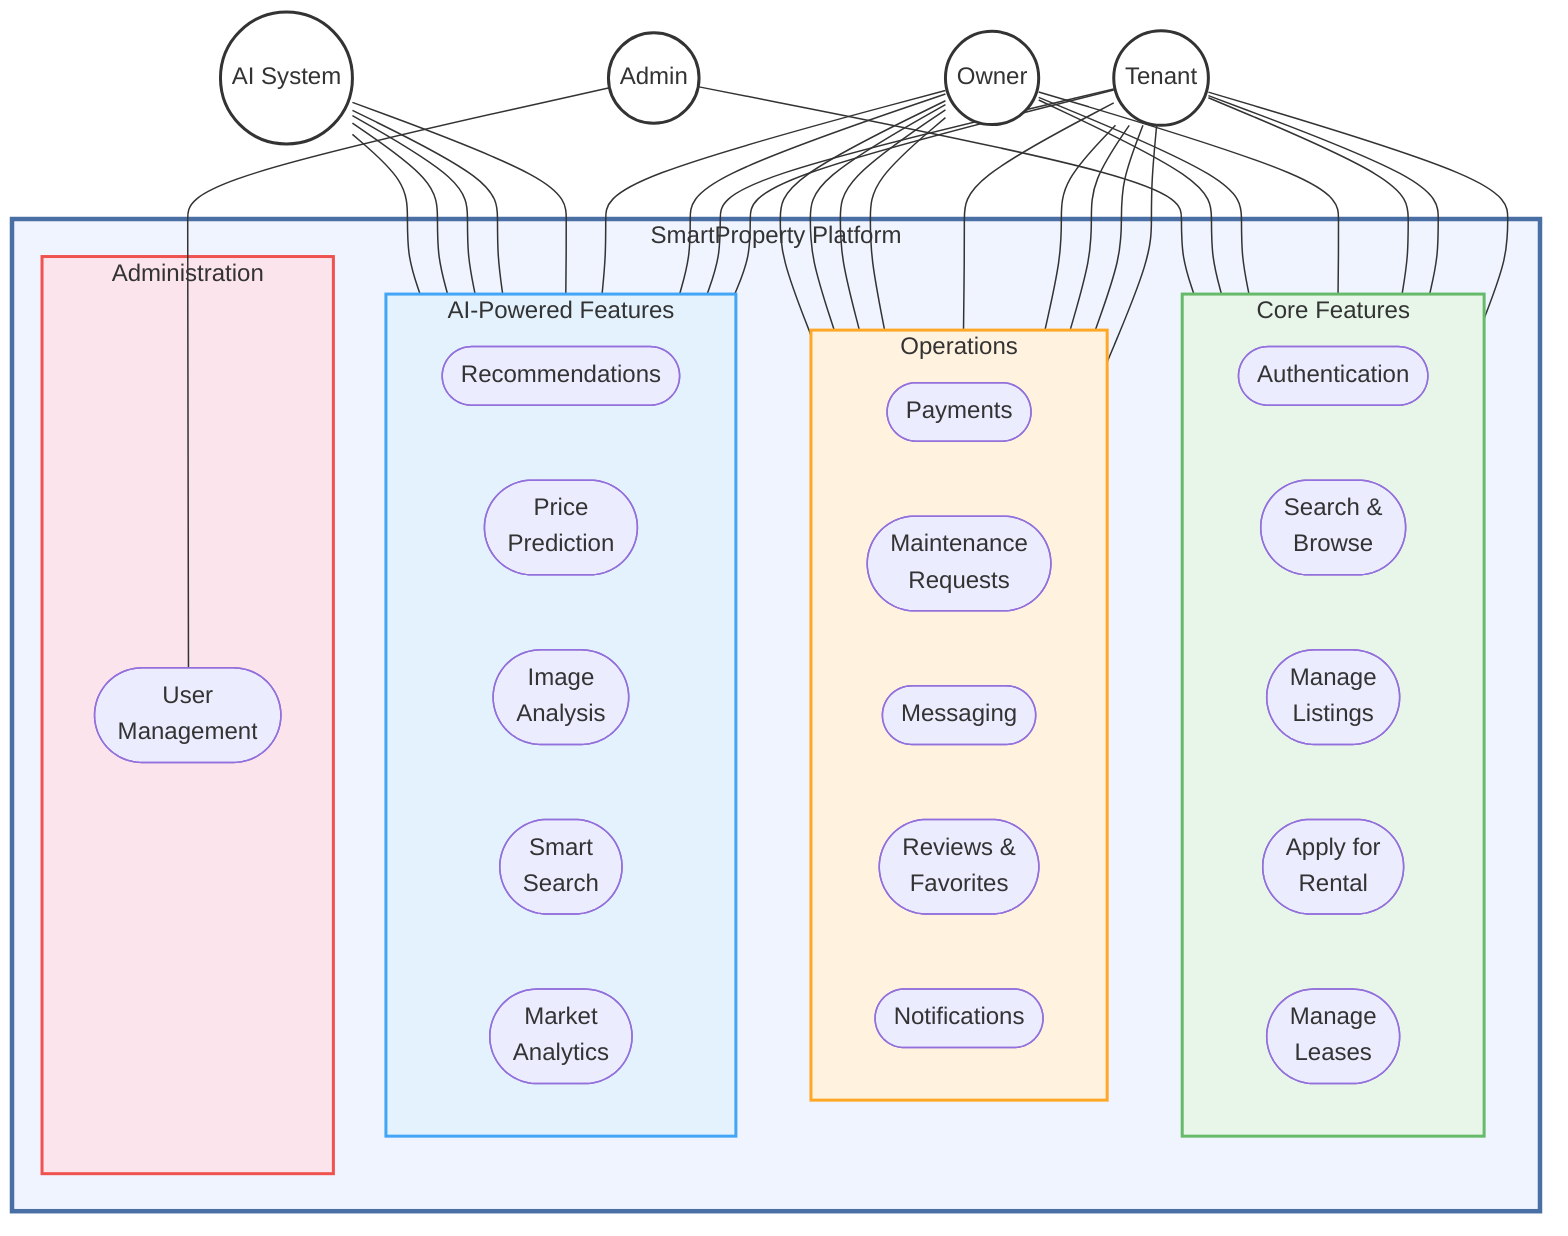
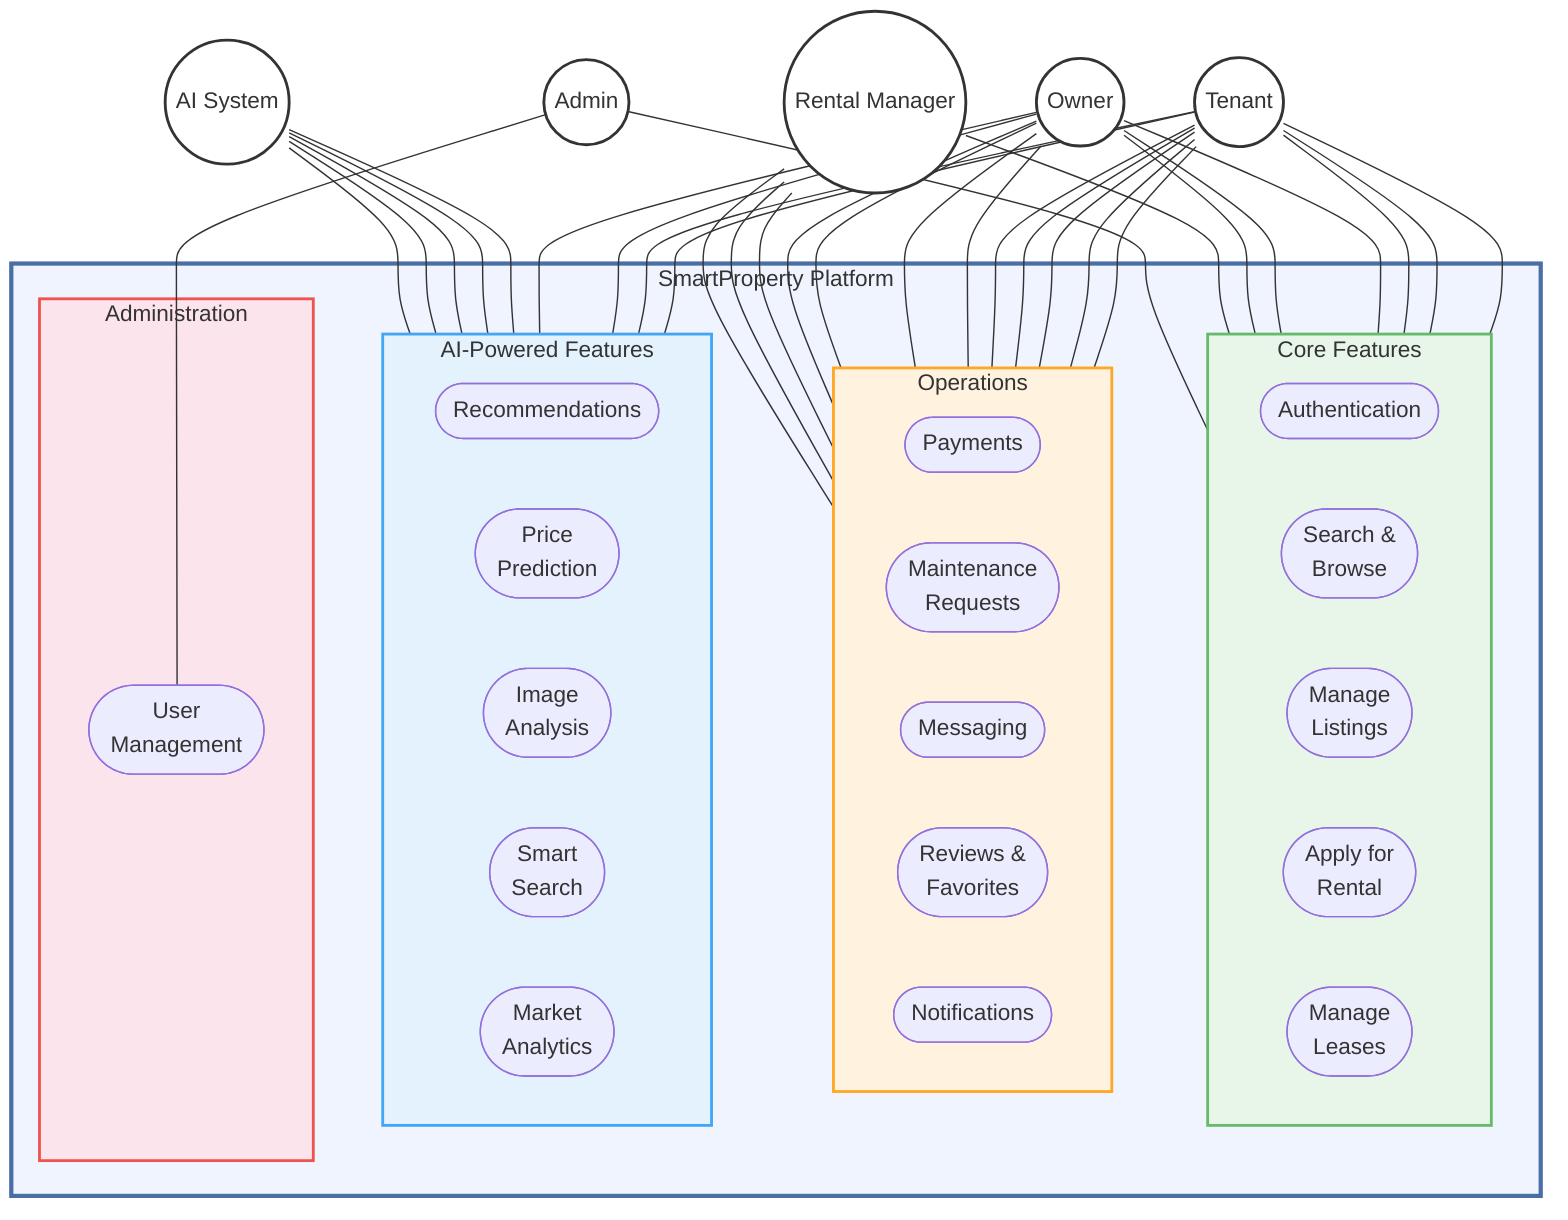
graph TB
    %% Actors on top row
    T(("Tenant"))
    O(("Owner"))
+     RM(("Rental Manager"))
    A(("Admin"))
    AI(("AI System"))

    subgraph SmartProperty["                                    SmartProperty Platform                                    "]

        subgraph Core["Core Features"]
            direction LR
            UC1(["Authentication"])
            UC2(["Search &\nBrowse"])
            UC3(["Manage\nListings"])
            UC4(["Apply for\nRental"])
            UC5(["Manage\nLeases"])
        end

        subgraph Operations["Operations"]
            direction LR
            UC6(["Payments"])
            UC7(["Maintenance\nRequests"])
            UC8(["Messaging"])
            UC9(["Reviews &\nFavorites"])
            UC10(["Notifications"])
        end

        subgraph AIFeatures["AI-Powered Features"]
            direction LR
            UC11(["Recommendations"])
            UC12(["Price\nPrediction"])
            UC13(["Image\nAnalysis"])
            UC14(["Smart\nSearch"])
            UC15(["Market\nAnalytics"])
        end

        subgraph Admin["Administration"]
            UC16(["User\nManagement"])
        end

    end

    %% Tenant
    T --- UC1
    T --- UC2
    T --- UC4
    T --- UC6
    T --- UC7
    T --- UC8
    T --- UC9
    T --- UC10
    T --- UC11
    T --- UC14

    %% Owner
    O --- UC1
    O --- UC3
    O --- UC5
    O --- UC6
    O --- UC7
    O --- UC8
    O --- UC10
    O --- UC12
    O --- UC15

+     %% Rental Manager
+     RM --- UC5
+     RM --- UC6
+     RM --- UC7
+     RM --- UC10
+ 
    %% Admin
    A --- UC1
    A --- UC16

    %% AI System
    AI --- UC11
    AI --- UC12
    AI --- UC13
    AI --- UC14
    AI --- UC15

    %% Styling
    style SmartProperty fill:#f0f4ff,stroke:#4a6fa5,stroke-width:3px,color:#333
    style Core fill:#e8f5e9,stroke:#66bb6a,stroke-width:2px
    style Operations fill:#fff3e0,stroke:#ffa726,stroke-width:2px
    style AIFeatures fill:#e3f2fd,stroke:#42a5f5,stroke-width:2px
    style Admin fill:#fce4ec,stroke:#ef5350,stroke-width:2px

    style T fill:#fff,stroke:#333,stroke-width:2px,font-size:16px
    style O fill:#fff,stroke:#333,stroke-width:2px,font-size:16px
+     style RM fill:#fff,stroke:#333,stroke-width:2px,font-size:16px
    style A fill:#fff,stroke:#333,stroke-width:2px,font-size:16px
    style AI fill:#fff,stroke:#333,stroke-width:2px,font-size:16px
